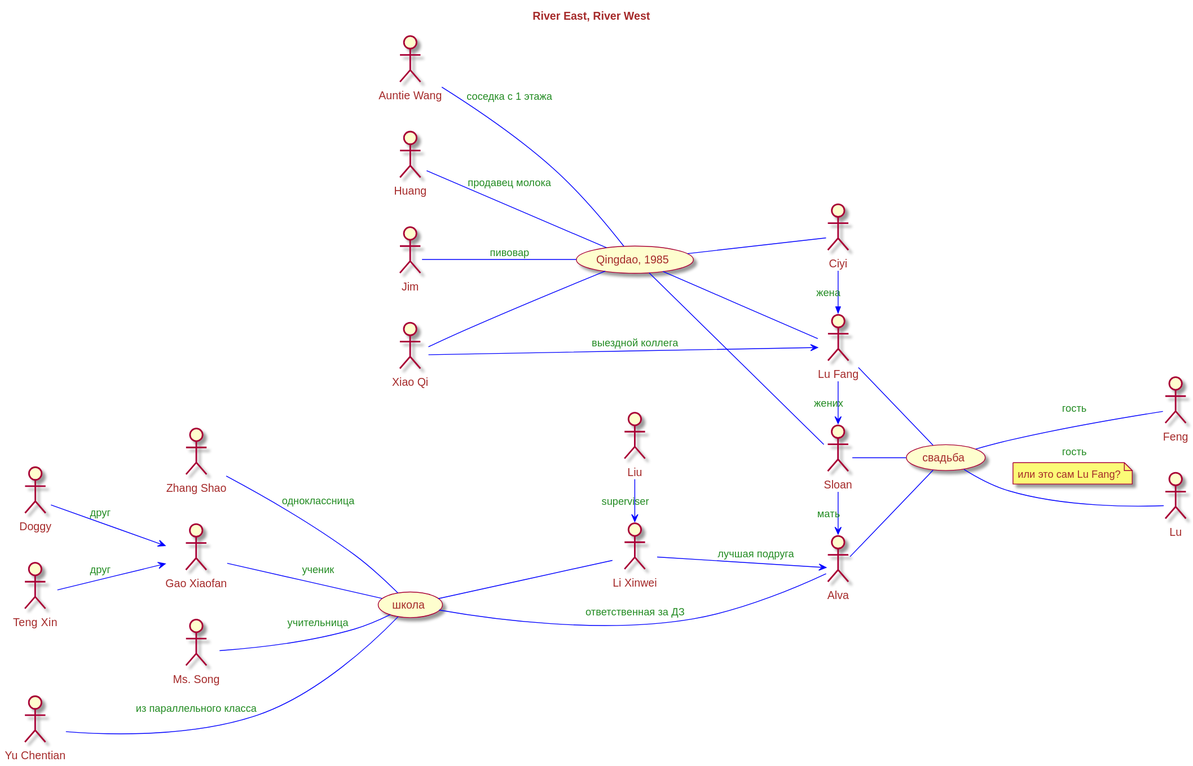
Before: River East, River West/river-River_East__River_West.svg, a diagram exported from PlantUML (olek3/reading).
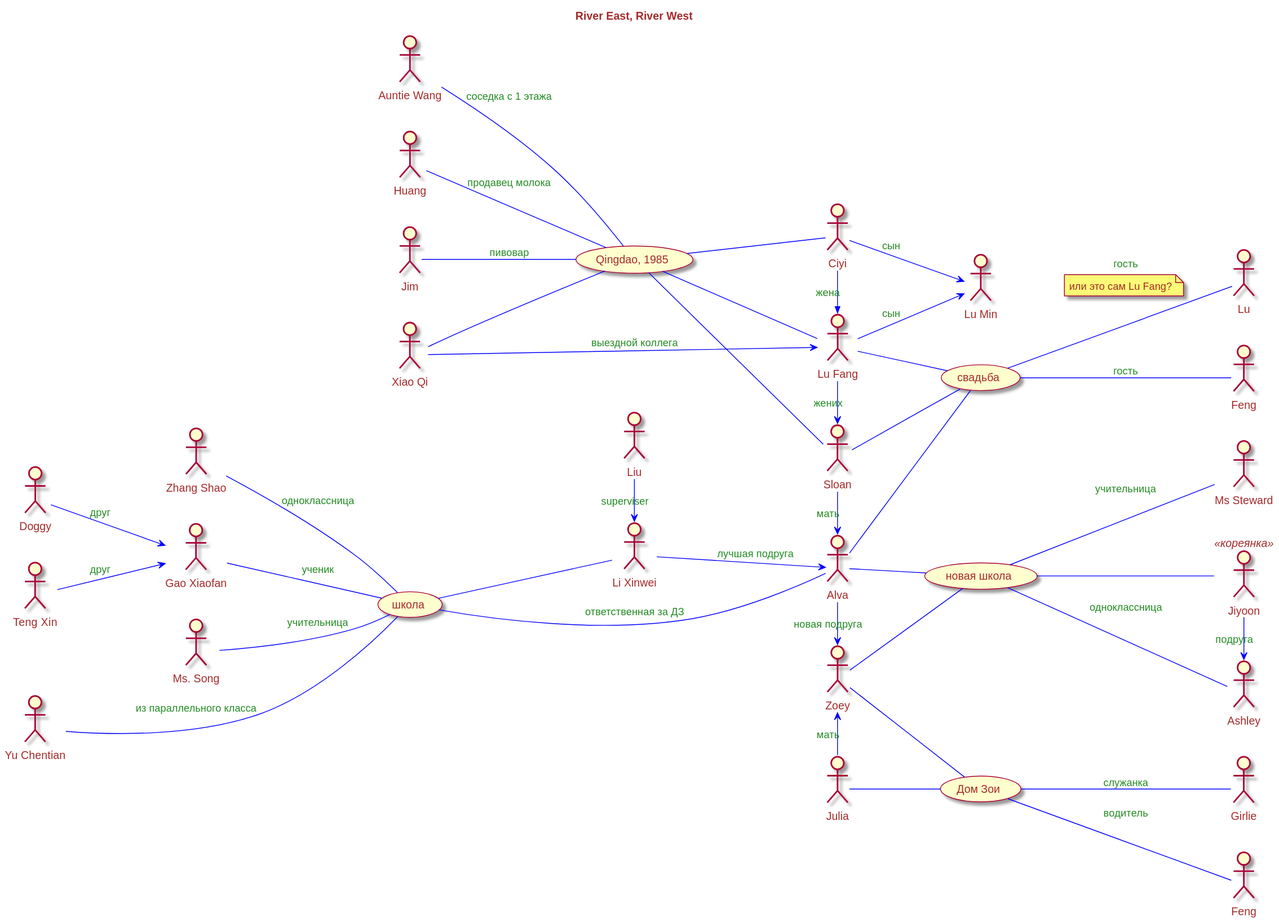
After the change.

Commit message:
новая школа, дом Зои, сын Лю Фаня

What changed in the source:
```diff
@@ -88,4 +88,45 @@
 Yu --- (школа) : из параллельного класса
 
 Jim -- Qingdao : пивовар
+
+Fang --> :Lu Min: : сын
+Ciyi --> :Lu Min: : сын
+
+
+(новая школа) as new_school
+
+Alva -- new_school
+
+:Ms Steward: as Steward
+
+new_school -- Steward : учительница
+
+:Zoey: as Zoey
+
+Alva -> Zoey : новая подруга
+
+Zoey -- new_school
+
+(Дом Зои) as zoey_home
+
+Zoey -- zoey_home
+
+new_school -- :Ashley:  :одноклассница
+
+:Jiyoon: as korean <<кореянка>>
+
+new_school -- korean
+
+:Feng: as Feng_driver
+:Julia: as Julia
+:Girlie: as girlie
+
+Zoey <- Julia : мать
+
+Julia -- zoey_home
+
+zoey_home -- Feng_driver : водитель
+zoey_home -- girlie : служанка
+
+korean -> Ashley : подруга
 @enduml
```
